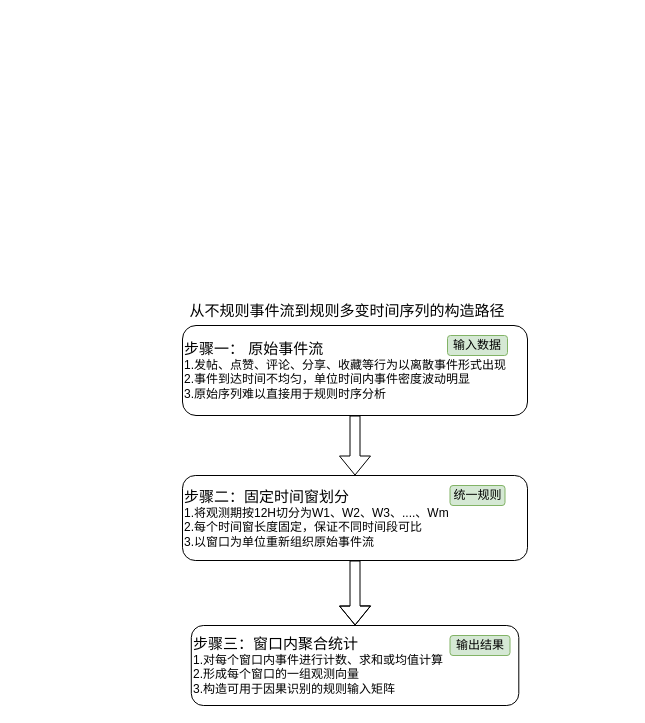
This is 时间聚合过程.drawio from suerzzh/Social-Media-Event-Propagation-Analysis-Based-on-Causal-Inference, a draw.io file, before an edit. Source tidied: cells renumbered, new cells numbered last; positions are measured from the earlier drawing's top-left corner, leaving out a move shared by most shapes. Both pictures are drawn from the tidied source at 100%, with x=0, y=0 at pixel (182, 295).
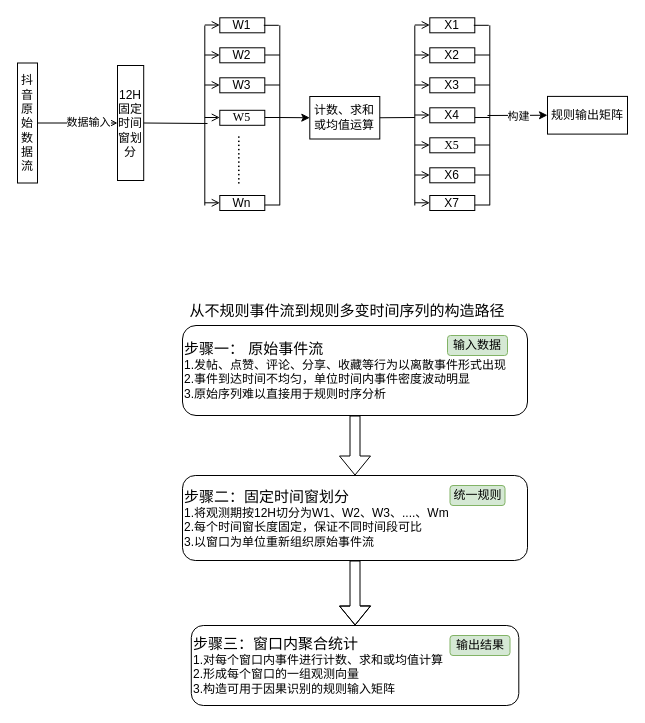
After the change.

Commit message:
更新时间聚合过程.drawio

Change to the diagram source:
```diff
@@
+    <mxCell id="11" style="edgeStyle=orthogonalEdgeStyle;rounded=0;jettySize=auto;html=1;endArrow=open;endFill=0;" parent="1" edge="1" source="13" target="17">
+      <mxGeometry relative="1" as="geometry" />
+    </mxCell>
+    <mxCell id="12" value="数据输入" style="edgeLabel;html=1;align=center;verticalAlign=middle;" parent="11" vertex="1">
+      <mxGeometry x="0.25" y="1" relative="1" as="geometry" />
+    </mxCell>
+    <mxCell id="13" value="抖音原始数据流" style="rounded=0;whiteSpace=wrap;html=1;" parent="1" vertex="1">
+      <mxGeometry x="-165" y="-232.5" width="20" height="120" as="geometry" />
+    </mxCell>
+    <mxCell id="14" value="W2" style="rounded=0;whiteSpace=wrap;html=1;" parent="1" vertex="1">
+      <mxGeometry x="37.3" y="-247.7" width="45" height="15" as="geometry" />
+    </mxCell>
+    <mxCell id="15" value="W3" style="rounded=0;whiteSpace=wrap;html=1;" parent="1" vertex="1">
+      <mxGeometry x="37.3" y="-217.7" width="45" height="15" as="geometry" />
+    </mxCell>
+    <mxCell id="16" value="&lt;font face=&quot;Times New Roman&quot;&gt;W5&lt;/font&gt;" style="rounded=0;whiteSpace=wrap;html=1;" parent="1" vertex="1">
+      <mxGeometry x="37.3" y="-185.2" width="45" height="15" as="geometry" />
+    </mxCell>
+    <mxCell id="17" value="12H固定时间窗划分" style="rounded=0;whiteSpace=wrap;html=1;" parent="1" vertex="1">
+      <mxGeometry x="-65" y="-230" width="26.2" height="115" as="geometry" />
+    </mxCell>
+    <mxCell id="18" value="W1" style="rounded=0;whiteSpace=wrap;html=1;" parent="1" vertex="1">
+      <mxGeometry x="37.3" y="-277.7" width="45" height="15" as="geometry" />
+    </mxCell>
+    <mxCell id="19" value="Wn" style="rounded=0;whiteSpace=wrap;html=1;" parent="1" vertex="1">
+      <mxGeometry x="37.3" y="-100" width="45" height="15" as="geometry" />
+    </mxCell>
+    <mxCell id="20" value="计数、求和或均值运算" style="rounded=0;whiteSpace=wrap;html=1;" parent="1" vertex="1">
+      <mxGeometry x="127.3" y="-199" width="70" height="42.5" as="geometry" />
+    </mxCell>
+    <mxCell id="21" style="endArrow=none;html=1;rounded=0;" parent="1" edge="1">
+      <mxGeometry relative="1" as="geometry">
+        <mxPoint x="81.3" y="-270.2" as="sourcePoint" />
+        <mxPoint x="96.3" y="-270.2" as="targetPoint" />
+      </mxGeometry>
+    </mxCell>
+    <mxCell id="22" style="endArrow=none;html=1;rounded=0;" parent="1" edge="1">
+      <mxGeometry relative="1" as="geometry">
+        <mxPoint x="82.3" y="-240.5" as="sourcePoint" />
+        <mxPoint x="97.3" y="-240.5" as="targetPoint" />
+      </mxGeometry>
+    </mxCell>
+    <mxCell id="23" style="endArrow=none;html=1;rounded=0;" parent="1" edge="1">
+      <mxGeometry relative="1" as="geometry">
+        <mxPoint x="82.3" y="-210.5" as="sourcePoint" />
+        <mxPoint x="97.3" y="-210.5" as="targetPoint" />
+      </mxGeometry>
+    </mxCell>
+    <mxCell id="24" style="endArrow=none;html=1;rounded=0;" parent="1" edge="1">
+      <mxGeometry relative="1" as="geometry">
+        <mxPoint x="82.3" y="-90.5" as="sourcePoint" />
+        <mxPoint x="97.3" y="-90.5" as="targetPoint" />
+      </mxGeometry>
+    </mxCell>
+    <mxCell id="25" style="endArrow=none;html=1;rounded=0;" parent="1" edge="1">
+      <mxGeometry relative="1" as="geometry">
+        <mxPoint x="82.3" y="-178" as="sourcePoint" />
+        <mxPoint x="97.3" y="-178" as="targetPoint" />
+      </mxGeometry>
+    </mxCell>
+    <mxCell id="26" style="endArrow=none;html=1;rounded=0;" parent="1" edge="1">
+      <mxGeometry relative="1" as="geometry">
+        <mxPoint x="97.3" y="-90.2" as="sourcePoint" />
+        <mxPoint x="97.3" y="-270.2" as="targetPoint" />
+      </mxGeometry>
+    </mxCell>
+    <mxCell id="27" style="endArrow=open;html=1;rounded=0;endFill=0;" parent="1" edge="1">
+      <mxGeometry relative="1" as="geometry">
+        <mxPoint x="22.3" y="-270.5" as="sourcePoint" />
+        <mxPoint x="37.3" y="-270.5" as="targetPoint" />
+      </mxGeometry>
+    </mxCell>
+    <mxCell id="28" style="endArrow=open;html=1;rounded=0;endFill=0;" parent="1" edge="1">
+      <mxGeometry relative="1" as="geometry">
+        <mxPoint x="22.3" y="-240.5" as="sourcePoint" />
+        <mxPoint x="37.3" y="-240.5" as="targetPoint" />
+      </mxGeometry>
+    </mxCell>
+    <mxCell id="29" style="endArrow=open;html=1;rounded=0;endFill=0;" parent="1" edge="1">
+      <mxGeometry relative="1" as="geometry">
+        <mxPoint x="22.3" y="-178" as="sourcePoint" />
+        <mxPoint x="37.3" y="-178" as="targetPoint" />
+      </mxGeometry>
+    </mxCell>
+    <mxCell id="30" style="endArrow=open;html=1;rounded=0;endFill=0;" parent="1" edge="1">
+      <mxGeometry relative="1" as="geometry">
+        <mxPoint x="22.3" y="-92.7" as="sourcePoint" />
+        <mxPoint x="37.3" y="-92.7" as="targetPoint" />
+      </mxGeometry>
+    </mxCell>
+    <mxCell id="31" style="endArrow=open;html=1;rounded=0;endFill=0;" parent="1" edge="1">
+      <mxGeometry relative="1" as="geometry">
+        <mxPoint x="22.3" y="-210.5" as="sourcePoint" />
+        <mxPoint x="37.3" y="-210.5" as="targetPoint" />
+      </mxGeometry>
+    </mxCell>
+    <mxCell id="32" style="endArrow=none;html=1;rounded=0;" parent="1" edge="1">
+      <mxGeometry relative="1" as="geometry">
+        <mxPoint x="22.3" y="-90" as="sourcePoint" />
+        <mxPoint x="22.3" y="-270" as="targetPoint" />
+      </mxGeometry>
+    </mxCell>
+    <mxCell id="33" style="endArrow=none;html=1;rounded=0;exitX=1;exitY=0.5;exitDx=0;exitDy=0;" parent="1" edge="1" source="17">
+      <mxGeometry relative="1" as="geometry">
+        <mxPoint x="25" y="-172" as="targetPoint" />
+      </mxGeometry>
+    </mxCell>
+    <mxCell id="34" value="X2" style="rounded=0;whiteSpace=wrap;html=1;" parent="1" vertex="1">
+      <mxGeometry x="247.3" y="-247.7" width="45" height="15" as="geometry" />
+    </mxCell>
+    <mxCell id="35" value="X3" style="rounded=0;whiteSpace=wrap;html=1;" parent="1" vertex="1">
+      <mxGeometry x="247.3" y="-217.7" width="45" height="15" as="geometry" />
+    </mxCell>
+    <mxCell id="36" value="X4" style="rounded=0;whiteSpace=wrap;html=1;" parent="1" vertex="1">
+      <mxGeometry x="247.3" y="-187.7" width="45" height="15" as="geometry" />
+    </mxCell>
+    <mxCell id="37" value="&lt;font face=&quot;Times New Roman&quot;&gt;X5&lt;/font&gt;" style="rounded=0;whiteSpace=wrap;html=1;" parent="1" vertex="1">
+      <mxGeometry x="247.3" y="-157.7" width="45" height="15" as="geometry" />
+    </mxCell>
+    <mxCell id="38" value="X1" style="rounded=0;whiteSpace=wrap;html=1;" parent="1" vertex="1">
+      <mxGeometry x="247.3" y="-277.7" width="45" height="15" as="geometry" />
+    </mxCell>
+    <mxCell id="39" value="X6" style="rounded=0;whiteSpace=wrap;html=1;" parent="1" vertex="1">
+      <mxGeometry x="247.3" y="-127.7" width="45" height="15" as="geometry" />
+    </mxCell>
+    <mxCell id="40" value="X7" style="rounded=0;whiteSpace=wrap;html=1;" parent="1" vertex="1">
+      <mxGeometry x="247.3" y="-100" width="45" height="15" as="geometry" />
+    </mxCell>
+    <mxCell id="41" style="endArrow=none;html=1;rounded=0;" parent="1" edge="1">
+      <mxGeometry relative="1" as="geometry">
+        <mxPoint x="291.3" y="-270.2" as="sourcePoint" />
+        <mxPoint x="306.3" y="-270.2" as="targetPoint" />
+      </mxGeometry>
+    </mxCell>
+    <mxCell id="42" style="endArrow=none;html=1;rounded=0;" parent="1" edge="1">
+      <mxGeometry relative="1" as="geometry">
+        <mxPoint x="292.3" y="-240.5" as="sourcePoint" />
+        <mxPoint x="307.3" y="-240.5" as="targetPoint" />
+      </mxGeometry>
+    </mxCell>
+    <mxCell id="43" style="endArrow=none;html=1;rounded=0;" parent="1" edge="1">
+      <mxGeometry relative="1" as="geometry">
+        <mxPoint x="292.3" y="-210.5" as="sourcePoint" />
+        <mxPoint x="307.3" y="-210.5" as="targetPoint" />
+      </mxGeometry>
+    </mxCell>
+    <mxCell id="44" style="endArrow=none;html=1;rounded=0;" parent="1" edge="1">
+      <mxGeometry relative="1" as="geometry">
+        <mxPoint x="292.3" y="-90.5" as="sourcePoint" />
+        <mxPoint x="307.3" y="-90.5" as="targetPoint" />
+      </mxGeometry>
+    </mxCell>
+    <mxCell id="45" style="endArrow=none;html=1;rounded=0;" parent="1" edge="1">
+      <mxGeometry relative="1" as="geometry">
+        <mxPoint x="292.3" y="-178" as="sourcePoint" />
+        <mxPoint x="307.3" y="-178" as="targetPoint" />
+      </mxGeometry>
+    </mxCell>
+    <mxCell id="46" style="endArrow=none;html=1;rounded=0;" parent="1" edge="1">
+      <mxGeometry relative="1" as="geometry">
+        <mxPoint x="292.3" y="-120.5" as="sourcePoint" />
+        <mxPoint x="307.3" y="-120.5" as="targetPoint" />
+      </mxGeometry>
+    </mxCell>
+    <mxCell id="47" style="endArrow=none;html=1;rounded=0;" parent="1" edge="1">
+      <mxGeometry relative="1" as="geometry">
+        <mxPoint x="292.3" y="-150.5" as="sourcePoint" />
+        <mxPoint x="307.3" y="-150.5" as="targetPoint" />
+      </mxGeometry>
+    </mxCell>
+    <mxCell id="48" style="endArrow=none;html=1;rounded=0;" parent="1" edge="1">
+      <mxGeometry relative="1" as="geometry">
+        <mxPoint x="307.3" y="-90.2" as="sourcePoint" />
+        <mxPoint x="307.3" y="-270.2" as="targetPoint" />
+      </mxGeometry>
+    </mxCell>
+    <mxCell id="49" style="endArrow=open;html=1;rounded=0;endFill=0;" parent="1" edge="1">
+      <mxGeometry relative="1" as="geometry">
+        <mxPoint x="232.3" y="-270.5" as="sourcePoint" />
+        <mxPoint x="247.3" y="-270.5" as="targetPoint" />
+      </mxGeometry>
+    </mxCell>
+    <mxCell id="50" style="endArrow=open;html=1;rounded=0;endFill=0;" parent="1" edge="1">
+      <mxGeometry relative="1" as="geometry">
+        <mxPoint x="232.3" y="-240.5" as="sourcePoint" />
+        <mxPoint x="247.3" y="-240.5" as="targetPoint" />
+      </mxGeometry>
+    </mxCell>
+    <mxCell id="51" style="endArrow=open;html=1;rounded=0;endFill=0;" parent="1" edge="1">
+      <mxGeometry relative="1" as="geometry">
+        <mxPoint x="232.3" y="-150.5" as="sourcePoint" />
+        <mxPoint x="247.3" y="-150.5" as="targetPoint" />
+      </mxGeometry>
+    </mxCell>
+    <mxCell id="52" style="endArrow=open;html=1;rounded=0;endFill=0;" parent="1" edge="1">
+      <mxGeometry relative="1" as="geometry">
+        <mxPoint x="232.3" y="-120.5" as="sourcePoint" />
+        <mxPoint x="247.3" y="-120.5" as="targetPoint" />
+      </mxGeometry>
+    </mxCell>
+    <mxCell id="53" style="endArrow=open;html=1;rounded=0;endFill=0;" parent="1" edge="1">
+      <mxGeometry relative="1" as="geometry">
+        <mxPoint x="232.3" y="-92.7" as="sourcePoint" />
+        <mxPoint x="247.3" y="-92.7" as="targetPoint" />
+      </mxGeometry>
+    </mxCell>
+    <mxCell id="54" style="endArrow=open;html=1;rounded=0;endFill=0;" parent="1" edge="1">
+      <mxGeometry relative="1" as="geometry">
+        <mxPoint x="232.3" y="-210.5" as="sourcePoint" />
+        <mxPoint x="247.3" y="-210.5" as="targetPoint" />
+      </mxGeometry>
+    </mxCell>
+    <mxCell id="55" style="endArrow=open;html=1;rounded=0;endFill=0;" parent="1" edge="1">
+      <mxGeometry relative="1" as="geometry">
+        <mxPoint x="232.3" y="-180.5" as="sourcePoint" />
+        <mxPoint x="247.3" y="-180.5" as="targetPoint" />
+      </mxGeometry>
+    </mxCell>
+    <mxCell id="56" style="endArrow=none;html=1;rounded=0;" parent="1" edge="1">
+      <mxGeometry relative="1" as="geometry">
+        <mxPoint x="232.3" y="-90" as="sourcePoint" />
+        <mxPoint x="232.3" y="-270" as="targetPoint" />
+      </mxGeometry>
+    </mxCell>
+    <mxCell id="57" style="endArrow=none;html=1;rounded=0;exitX=1;exitY=0.5;exitDx=0;exitDy=0;endFill=0;" parent="1" edge="1" source="20">
+      <mxGeometry relative="1" as="geometry">
+        <mxPoint x="232.3" y="-178" as="targetPoint" />
+      </mxGeometry>
+    </mxCell>
+    <mxCell id="58" value="规则输出矩阵" style="rounded=0;whiteSpace=wrap;html=1;" parent="1" vertex="1">
+      <mxGeometry x="365" y="-199.1" width="80" height="37.7" as="geometry" />
+    </mxCell>
+    <mxCell id="59" style="endArrow=classic;html=1;rounded=0;entryX=0;entryY=0.5;entryDx=0;entryDy=0;" parent="1" edge="1" target="58">
+      <mxGeometry relative="1" as="geometry">
+        <mxPoint x="305" y="-180" as="sourcePoint" />
+      </mxGeometry>
+    </mxCell>
+    <mxCell id="60" value="构建" style="edgeLabel;html=1;align=center;verticalAlign=middle;" parent="59" vertex="1">
+      <mxGeometry y="-1" relative="1" as="geometry" />
+    </mxCell>
+    <mxCell id="61" style="endArrow=classic;html=1;rounded=0;entryX=0;entryY=0.5;entryDx=0;entryDy=0;" parent="1" edge="1" target="20">
+      <mxGeometry relative="1" as="geometry">
+        <mxPoint x="95" y="-178" as="sourcePoint" />
+      </mxGeometry>
+    </mxCell>
+    <mxCell id="62" value="&lt;font style=&quot;font-size: 15px;&quot;&gt;............&lt;/font&gt;" style="rounded=0;whiteSpace=wrap;html=1;textDirection=vertical-lr;strokeColor=none;" parent="1" vertex="1">
+      <mxGeometry x="49.8" y="-157.7" width="20" height="45" as="geometry" />
+    </mxCell>
```
